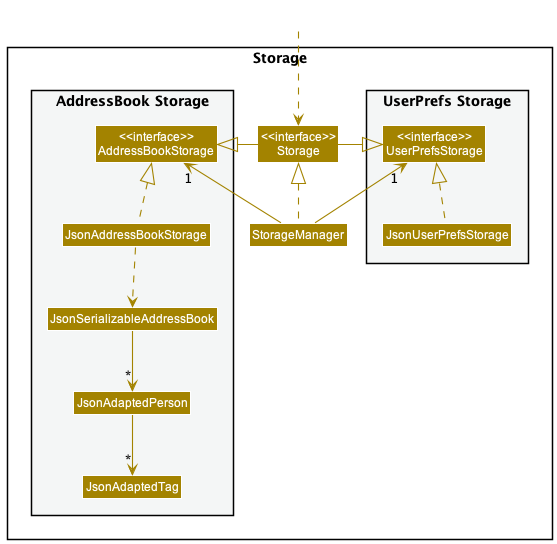
The PlantUML diagram docs/images/StorageClassDiagram.png in nus-cs2103-AY2223S1/tp, before a commit.
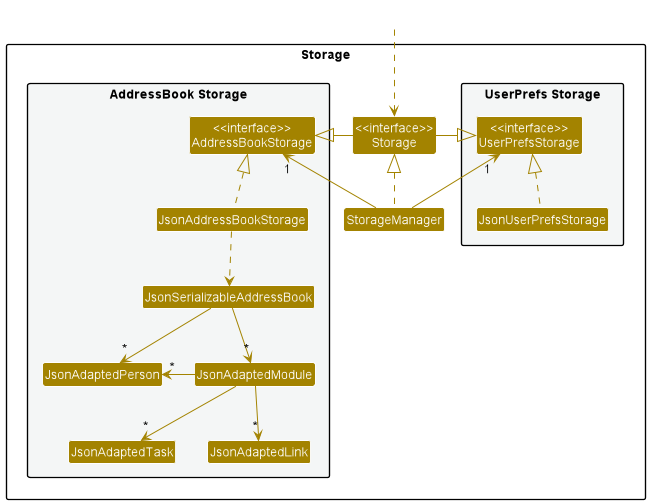
Above is the later version.

What changed in the source:
```diff
@@ -19,7 +19,9 @@
 Class JsonAddressBookStorage
 Class JsonSerializableAddressBook
 Class JsonAdaptedPerson
-Class JsonAdaptedTag
+Class JsonAdaptedModule
+Class JsonAdaptedTask
+Class JsonAdaptedLink
 }
 
 }
@@ -37,7 +39,10 @@
 JsonUserPrefsStorage .up.|> UserPrefsStorage
 JsonAddressBookStorage .up.|> AddressBookStorage
 JsonAddressBookStorage ..> JsonSerializableAddressBook
+JsonSerializableAddressBook --> "*" JsonAdaptedModule
 JsonSerializableAddressBook --> "*" JsonAdaptedPerson
-JsonAdaptedPerson --> "*" JsonAdaptedTag
+JsonAdaptedModule --> "*" JsonAdaptedTask
+JsonAdaptedModule --> "*" JsonAdaptedLink
+JsonAdaptedModule -left-> "*" JsonAdaptedPerson
 
 @enduml
```
